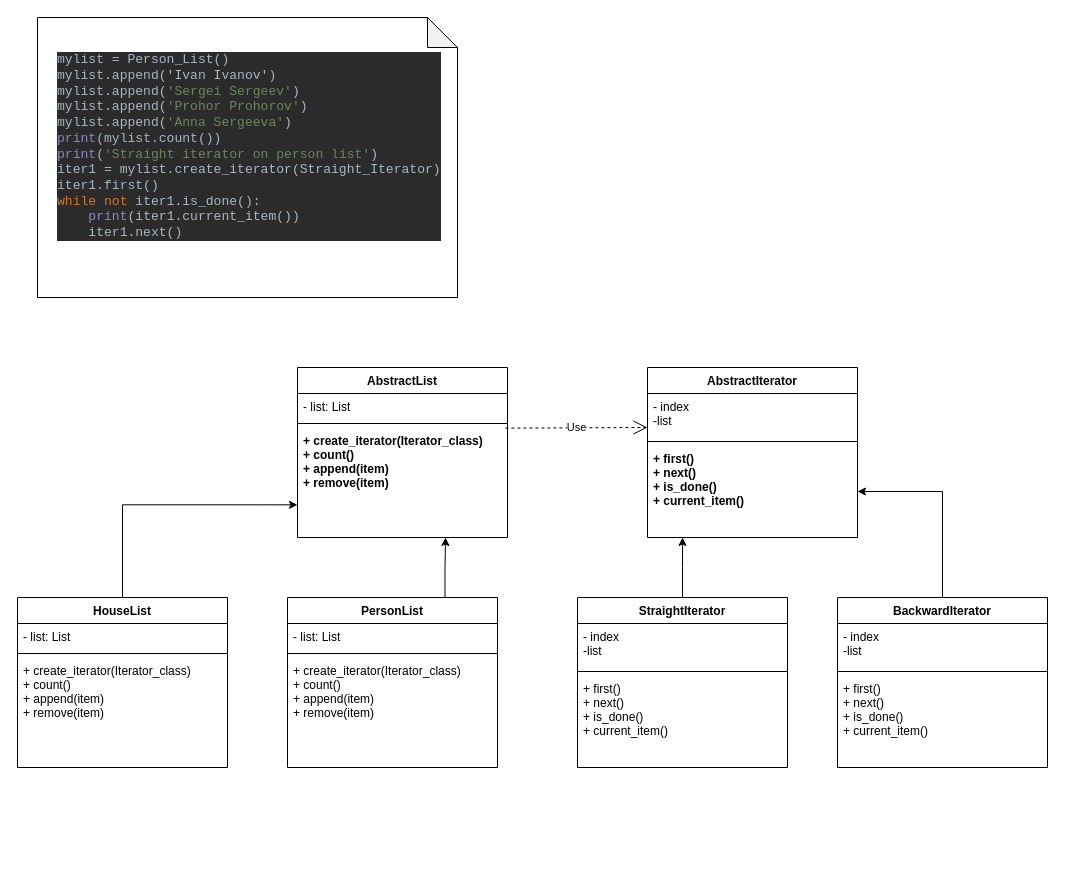
This is img/iterator.drawio from ElenaShargina/patterns, a draw.io file, before an edit. Source tidied: cells renumbered, new cells numbered last; positions are measured from the earlier drawing's top-left corner, leaving out a move shared by most shapes. Both pictures are drawn from the tidied source at 100%, with x=0, y=0 at pixel (17, 17).
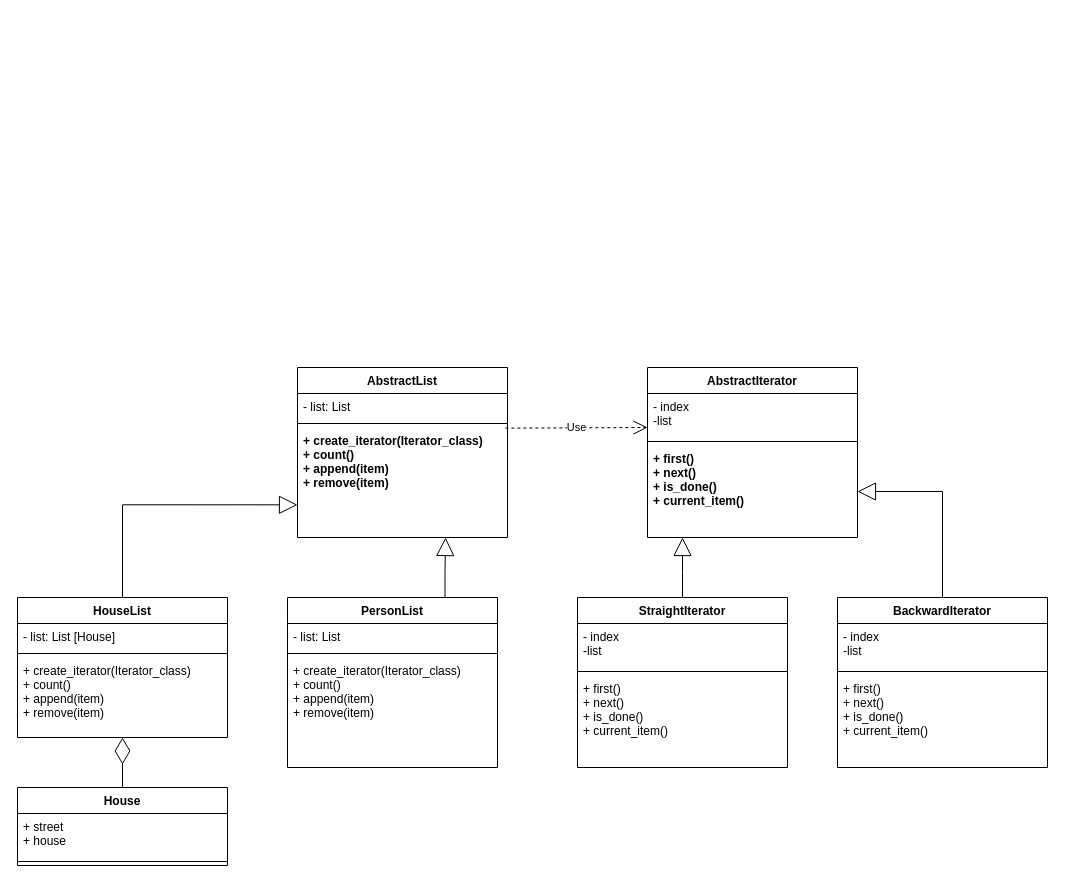
After the change.

The change refers to these unchanged cells:
```xml
<mxCell id="5" value="+ create_iterator(Iterator_class)&#10;+ count()&#10;+ append(item)&#10;+ remove(item)" style="text;strokeColor=none;fillColor=none;align=left;verticalAlign=top;spacingLeft=4;spacingRight=4;overflow=hidden;points=[[0,0.5],[1,0.5]];portConstraint=eastwest;fontStyle=1;" parent="2" vertex="1">
  <mxGeometry y="60" width="210" height="110" as="geometry" />
</mxCell>
<mxCell id="9" value="+ first()&#10;+ next()&#10;+ is_done()&#10;+ current_item()" style="text;strokeColor=none;fillColor=none;align=left;verticalAlign=top;spacingLeft=4;spacingRight=4;overflow=hidden;points=[[0,0.5],[1,0.5]];portConstraint=eastwest;fontStyle=1;" parent="6" vertex="1">
  <mxGeometry y="78" width="210" height="92" as="geometry" />
</mxCell>
<mxCell id="11" value="PersonList" style="swimlane;fontStyle=1;align=center;verticalAlign=top;horizontal=1;startSize=26;" parent="1" vertex="1">
  <mxGeometry x="270" y="580" width="210" height="170" as="geometry" />
</mxCell>
<mxCell id="16" value="StraightIterator" style="swimlane;fontStyle=1;align=center;verticalAlign=top;horizontal=1;startSize=26;" parent="1" vertex="1">
  <mxGeometry x="560" y="580" width="210" height="170" as="geometry" />
</mxCell>
<mxCell id="21" value="BackwardIterator" style="swimlane;fontStyle=1;align=center;verticalAlign=top;horizontal=1;startSize=26;" parent="1" vertex="1">
  <mxGeometry x="820" y="580" width="210" height="170" as="geometry" />
</mxCell>
```

The edit, as a diff of the source:
```diff
@@
-    <mxCell id="10" style="edgeStyle=orthogonalEdgeStyle;rounded=0;jettySize=auto;html=1;exitX=0.75;exitY=0;exitDx=0;exitDy=0;entryX=0.705;entryY=1;entryDx=0;entryDy=0;entryPerimeter=0;" parent="1" edge="1" source="11" target="5">
+    <mxCell id="10" style="edgeStyle=orthogonalEdgeStyle;rounded=0;jettySize=auto;html=1;exitX=0.75;exitY=0;exitDx=0;exitDy=0;entryX=0.705;entryY=1;entryDx=0;entryDy=0;entryPerimeter=0;endArrow=block;endFill=0;endSize=16;" parent="1" edge="1" source="11" target="5">
       <mxGeometry relative="1" as="geometry" />
     </mxCell>
@@
-    <mxCell id="15" style="edgeStyle=orthogonalEdgeStyle;rounded=0;jettySize=auto;html=1;entryX=0.167;entryY=1;entryDx=0;entryDy=0;entryPerimeter=0;" parent="1" edge="1" source="16" target="9">
+    <mxCell id="15" style="edgeStyle=orthogonalEdgeStyle;rounded=0;jettySize=auto;html=1;entryX=0.167;entryY=1;entryDx=0;entryDy=0;entryPerimeter=0;endSize=16;endArrow=block;endFill=0;" parent="1" edge="1" source="16" target="9">
       <mxGeometry relative="1" as="geometry" />
     </mxCell>
@@
-    <mxCell id="20" style="edgeStyle=orthogonalEdgeStyle;rounded=0;jettySize=auto;html=1;entryX=1;entryY=0.5;entryDx=0;entryDy=0;" parent="1" edge="1" source="21" target="9">
+    <mxCell id="20" style="edgeStyle=orthogonalEdgeStyle;rounded=0;jettySize=auto;html=1;entryX=1;entryY=0.5;entryDx=0;entryDy=0;endSize=16;endArrow=block;endFill=0;" parent="1" edge="1" source="21" target="9">
       <mxGeometry relative="1" as="geometry" />
     </mxCell>
@@
-    <mxCell id="25" style="edgeStyle=orthogonalEdgeStyle;rounded=0;jettySize=auto;html=1;entryX=0;entryY=0.703;entryDx=0;entryDy=0;entryPerimeter=0;" parent="1" edge="1" source="26" target="5">
+    <mxCell id="25" style="edgeStyle=orthogonalEdgeStyle;rounded=0;jettySize=auto;html=1;entryX=0;entryY=0.703;entryDx=0;entryDy=0;entryPerimeter=0;endArrow=block;endFill=0;endSize=16;" parent="1" edge="1" source="26" target="5">
       <mxGeometry relative="1" as="geometry" />
     </mxCell>
     <mxCell id="26" value="HouseList" style="swimlane;fontStyle=1;align=center;verticalAlign=top;horizontal=1;startSize=26;" parent="1" vertex="1">
-      <mxGeometry y="580" width="210" height="170" as="geometry" />
+      <mxGeometry y="580" width="210" height="140" as="geometry" />
     </mxCell>
-    <mxCell id="27" value="- list: List" style="text;strokeColor=none;fillColor=none;align=left;verticalAlign=top;spacingLeft=4;spacingRight=4;overflow=hidden;" parent="26" vertex="1">
+    <mxCell id="27" value="- list: List [House]" style="text;strokeColor=none;fillColor=none;align=left;verticalAlign=top;spacingLeft=4;spacingRight=4;overflow=hidden;" parent="26" vertex="1">
       <mxGeometry y="26" width="210" height="26" as="geometry" />
     </mxCell>
@@
     <mxCell id="29" value="+ create_iterator(Iterator_class)&#10;+ count()&#10;+ append(item)&#10;+ remove(item)" style="text;strokeColor=none;fillColor=none;align=left;verticalAlign=top;spacingLeft=4;spacingRight=4;overflow=hidden;points=[[0,0.5],[1,0.5]];portConstraint=eastwest;fontStyle=0;" parent="26" vertex="1">
-      <mxGeometry y="60" width="210" height="110" as="geometry" />
+      <mxGeometry y="60" width="210" height="80" as="geometry" />
     </mxCell>
-    <mxCell id="30" style="group;" parent="1" vertex="1">
-      <mxGeometry x="20" width="420" height="280" as="geometry" />
-    </mxCell>
-    <mxCell id="31" style="shape=note;whiteSpace=wrap;html=1;backgroundOutline=1;darkOpacity=0.05;" parent="30" vertex="1">
-      <mxGeometry width="420" height="280" as="geometry" />
-    </mxCell>
-    <mxCell id="32" value="&lt;pre style=&quot;background-color:#2b2b2b;color:#a9b7c6;font-family:'JetBrains Mono',monospace;font-size:9.8pt;&quot;&gt;mylist = Person_List()&lt;br&gt;mylist.append('Ivan Ivanov')&lt;br&gt;mylist.append(&lt;span style=&quot;color:#6a8759;&quot;&gt;'Sergei Sergeev'&lt;/span&gt;)&lt;br&gt;mylist.append(&lt;span style=&quot;color:#6a8759;&quot;&gt;'Prohor Prohorov'&lt;/span&gt;)&lt;br&gt;mylist.append(&lt;span style=&quot;color:#6a8759;&quot;&gt;'Anna Sergeeva'&lt;/span&gt;)&lt;br&gt;&lt;span style=&quot;color:#8888c6;&quot;&gt;print&lt;/span&gt;(mylist.count())&lt;span style=&quot;color:#808080;&quot;&gt;&lt;br&gt;&lt;/span&gt;&lt;span style=&quot;color:#8888c6;&quot;&gt;print&lt;/span&gt;(&lt;span style=&quot;color:#6a8759;&quot;&gt;'Straight iterator on person list'&lt;/span&gt;)&lt;br&gt;iter1 = mylist.create_iterator(Straight_Iterator)&lt;br&gt;iter1.first()&lt;br&gt;&lt;span style=&quot;color:#cc7832;&quot;&gt;while not &lt;/span&gt;iter1.is_done():&lt;br&gt;    &lt;span style=&quot;color:#8888c6;&quot;&gt;print&lt;/span&gt;(iter1.current_item())&lt;br&gt;    iter1.next()&lt;/pre&gt;" style="text;html=1;strokeColor=none;fillColor=none;align=left;verticalAlign=middle;whiteSpace=wrap;rounded=0;" parent="30" vertex="1">
-      <mxGeometry x="18.3" y="28" width="381.7" height="201.6" as="geometry" />
-    </mxCell>
@@
+    <mxCell id="34" style="edgeStyle=orthogonalEdgeStyle;rounded=0;jettySize=auto;html=1;entryX=0.5;entryY=1;entryDx=0;entryDy=0;entryPerimeter=0;endArrow=diamondThin;endFill=0;endSize=24;" parent="1" edge="1" source="35" target="29">
+      <mxGeometry relative="1" as="geometry" />
+    </mxCell>
+    <mxCell id="35" value="House" style="swimlane;fontStyle=1;align=center;verticalAlign=top;horizontal=1;startSize=26;" parent="1" vertex="1">
+      <mxGeometry y="770" width="210" height="78" as="geometry" />
+    </mxCell>
+    <mxCell id="36" value="+ street&#10;+ house" style="text;strokeColor=none;fillColor=none;align=left;verticalAlign=top;spacingLeft=4;spacingRight=4;overflow=hidden;" parent="35" vertex="1">
+      <mxGeometry y="26" width="210" height="44" as="geometry" />
+    </mxCell>
+    <mxCell id="37" style="line;strokeWidth=1;fillColor=none;align=left;verticalAlign=middle;spacingTop=-1;spacingLeft=3;spacingRight=3;labelPosition=right;strokeColor=inherit;" parent="35" vertex="1">
+      <mxGeometry y="70" width="210" height="8" as="geometry" />
+    </mxCell>
```
